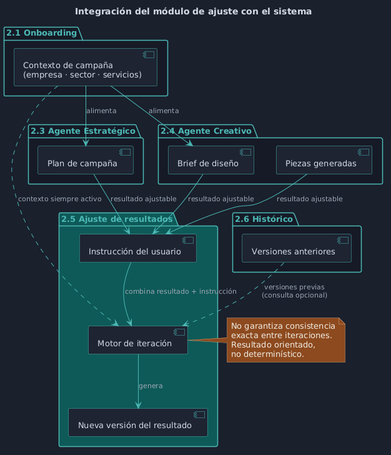
sedibuc/documentacion_cintel keeps this PlantUML diagram as agent/assets/img/diagramas/iteracion-integracion-modulos.png. Above is the earlier version.
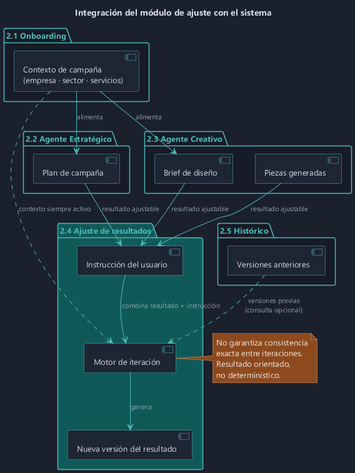
After the change.

Diff of the diagram source:
```diff
@@ -1,4 +1,4 @@
-@startuml
+@startuml iteracion-integracion-modulos
 skinparam backgroundColor #1a202c
 skinparam defaultFontColor #d4dae6
 skinparam defaultFontName "Segoe UI"
@@ -41,22 +41,22 @@
   [Contexto de campaña\n(empresa · sector · servicios)] as ctx
 }
 
-package "2.3 Agente Estratégico" {
+package "2.2 Agente Estratégico" {
   [Plan de campaña] as plan
 }
 
-package "2.4 Agente Creativo" {
+package "2.3 Agente Creativo" {
   [Brief de diseño] as brief
   [Piezas generadas] as piezas
 }
 
-package "2.5 Ajuste de resultados" #0f5a58 {
+package "2.4 Ajuste de resultados" #0f5a58 {
   [Instrucción del usuario] as instruccion
   [Motor de iteración] as motor
   [Nueva versión del resultado] as resultado
 }
 
-package "2.6 Histórico" {
+package "2.5 Histórico" {
   [Versiones anteriores] as historico
 }
 
@@ -76,4 +76,5 @@
   Resultado orientado,
   no determinístico.
 end note
+
 @enduml
```
